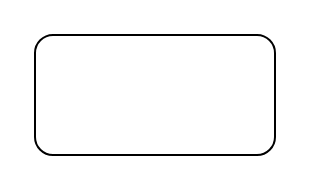
Earlier version of the draw.io diagram banner flows.drawio (abdul-alaa/diagrams). Source tidied: cells renumbered, new cells numbered last; positions are measured from the earlier drawing's top-left corner, leaving out a move shared by most shapes. Both pictures are drawn from the tidied source at 200%, with x=0, y=0 at pixel (34, 34).
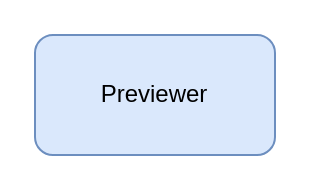
Above is the later version.

What changed in the source:
```diff
@@
 <mxGraphModel>
   <root>
     <mxCell id="0" />
     <mxCell id="1" parent="0" />
-    <mxCell id="2" style="rounded=1;whiteSpace=wrap;html=1;" parent="1" vertex="1">
+    <mxCell id="2" value="Previewer" style="rounded=1;whiteSpace=wrap;html=1;fillColor=#dae8fc;strokeColor=#6c8ebf;" parent="1" vertex="1">
       <mxGeometry width="120" height="60" as="geometry" />
     </mxCell>
   </root>
 </mxGraphModel>
```
